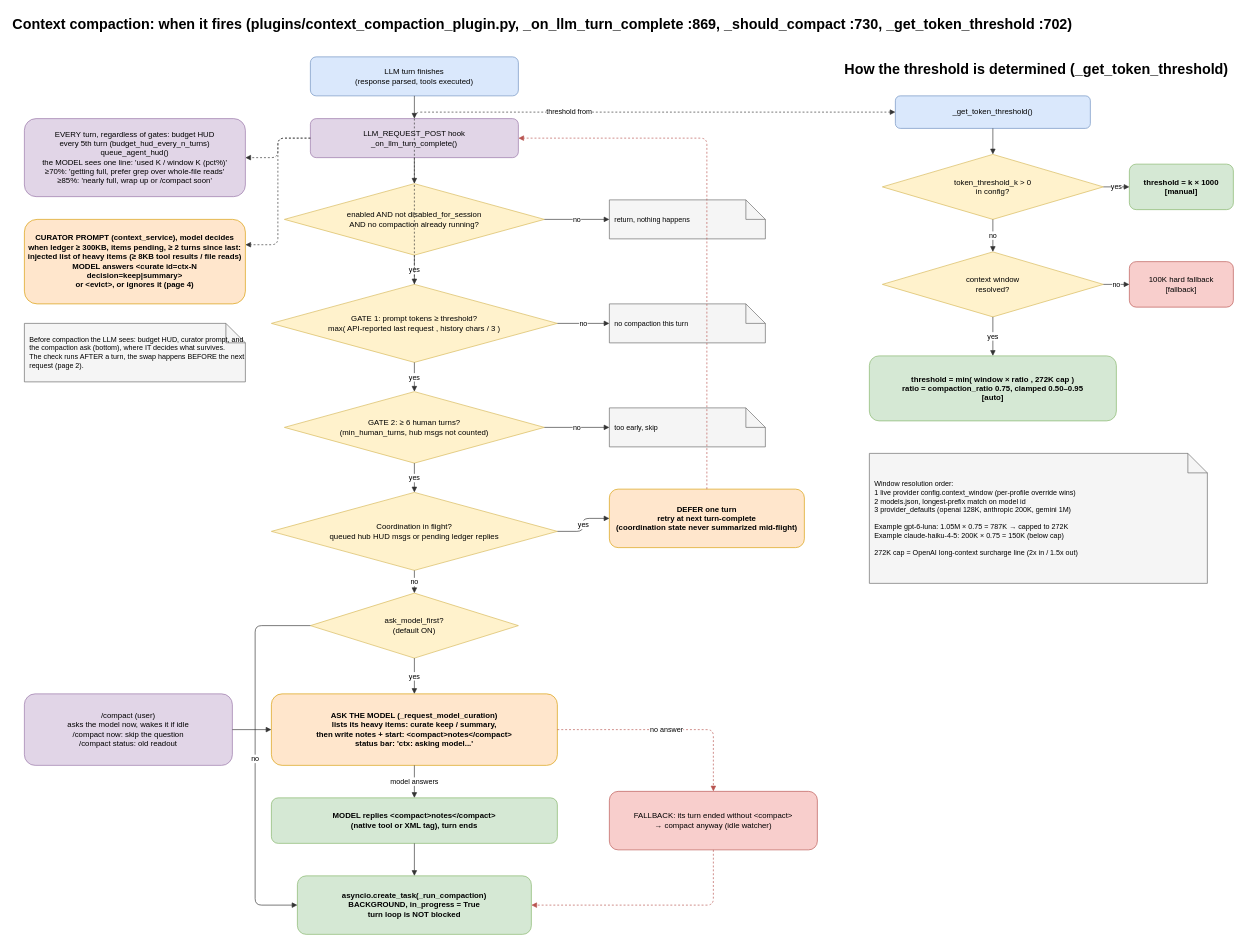
This is page "1 Trigger and threshold" (1 of 4) of docs/diagrams/context-compaction.drawio from kollaborai/kollab, a draw.io file, before an edit. Source tidied: cells renumbered, new cells numbered last; positions are measured from the earlier drawing's top-left corner, leaving out a move shared by most shapes. Both pictures are drawn from the tidied source at 65%, with x=0, y=0 at pixel (11, 11).
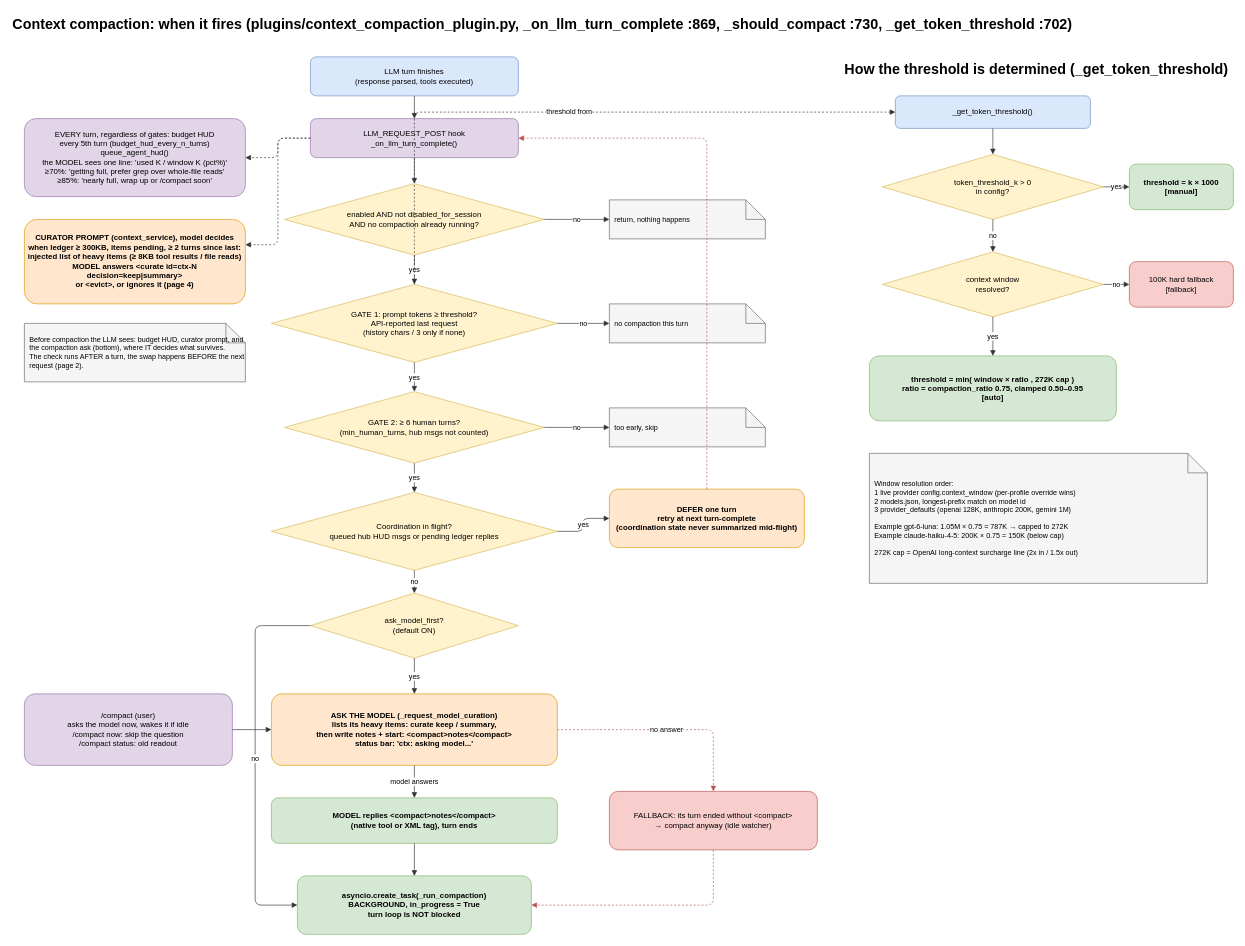
The same diagram, later.

Change to the diagram source:
```diff
@@
-    <mxCell id="7" value="GATE 1: prompt tokens ≥ threshold?&lt;br&gt;max( API-reported last request , history chars / 3 )" style="rhombus;whiteSpace=wrap;html=1;fillColor=#fff2cc;strokeColor=#d6b656;" parent="1" vertex="1">
+    <mxCell id="7" value="GATE 1: prompt tokens ≥ threshold?&lt;br&gt;API-reported last request&lt;br&gt;(history chars / 3 only if none)" style="rhombus;whiteSpace=wrap;html=1;fillColor=#fff2cc;strokeColor=#d6b656;" parent="1" vertex="1">
       <mxGeometry x="400" y="420" width="440" height="120" as="geometry" />
     </mxCell>
```
